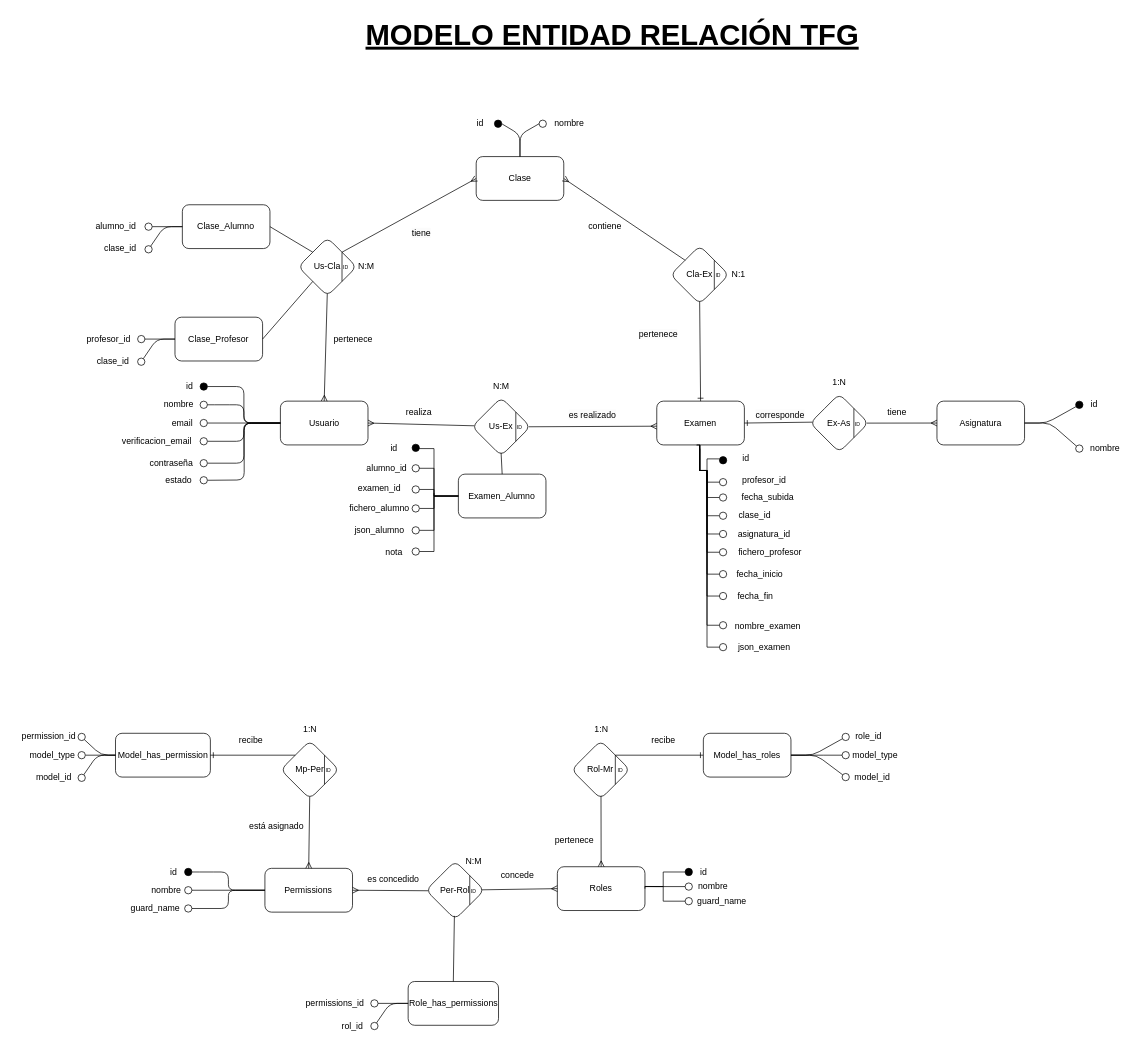
mamr98/TFG_DAW keeps this draw.io diagram as database/modelo_entidad_relacion.drawio. Above is the earlier version. Source tidied: cells renumbered, new cells numbered last; positions are measured from the earlier drawing's top-left corner, leaving out a move shared by most shapes. Both pictures are drawn from the tidied source at 73%, with x=0, y=0 at pixel (12, 12).
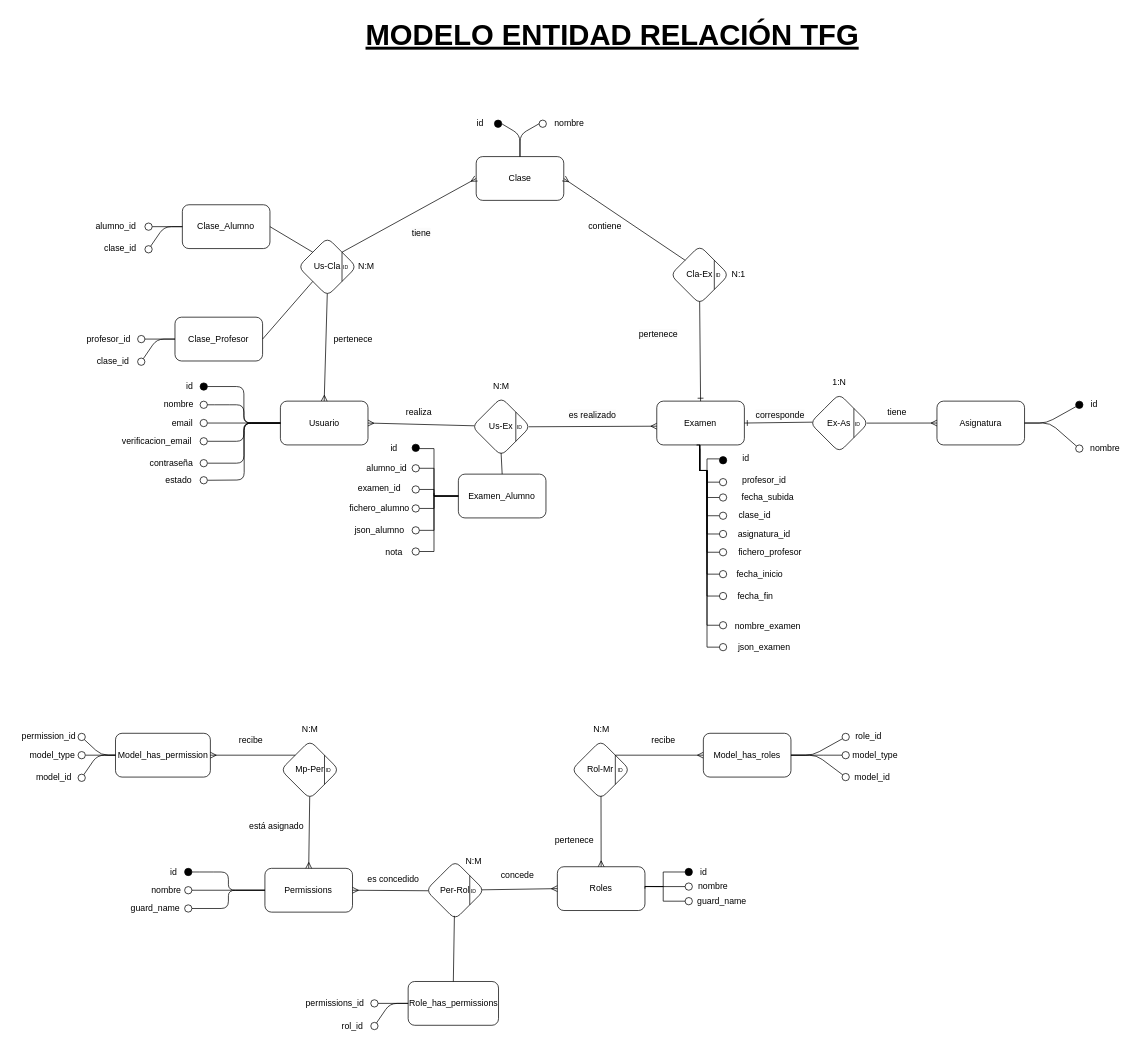
Above is the later version.

Unchanged cells that the change refers to:
```xml
<mxCell id="103" value="Model_has_permission" style="rounded=1;whiteSpace=wrap;html=1;" parent="1" vertex="1">
  <mxGeometry x="141.7" y="987" width="130" height="60" as="geometry" />
</mxCell>
<mxCell id="121" value="&lt;span style=&quot;color: rgb(0, 0, 0);&quot;&gt;Mp-Per&lt;/span&gt;" style="rhombus;whiteSpace=wrap;html=1;rounded=1;" parent="1" vertex="1">
  <mxGeometry x="368" y="997" width="80" height="80" as="geometry" />
</mxCell>
<mxCell id="125" value="Rol-Mr" style="rhombus;whiteSpace=wrap;html=1;rounded=1;" parent="1" vertex="1">
  <mxGeometry x="766.4" y="997" width="80" height="80" as="geometry" />
</mxCell>
<mxCell id="135" value="&lt;span style=&quot;font-weight: normal;&quot;&gt;Model_has_roles&lt;/span&gt;" style="whiteSpace=wrap;html=1;rounded=1;fontStyle=1;" parent="1" vertex="1">
  <mxGeometry x="947" y="987" width="120" height="60" as="geometry" />
</mxCell>
```

Change to the diagram source:
```diff
@@
-    <mxCell id="120" value="1:N" style="text;html=1;align=center;verticalAlign=middle;strokeColor=none;fillColor=none;rotation=0;" parent="1" vertex="1">
-      <mxGeometry x="388" y="967" width="40" height="30" as="geometry" />
+    <mxCell id="120" value="N:M" style="text;html=1;align=center;verticalAlign=middle;strokeColor=none;fillColor=none;rotation=0;" parent="1" vertex="1">
+      <mxGeometry x="383" y="967" width="50" height="30" as="geometry" />
     </mxCell>
@@
-    <mxCell id="124" value="1:N" style="text;html=1;align=center;verticalAlign=middle;strokeColor=none;fillColor=none;rotation=0;" parent="1" vertex="1">
-      <mxGeometry x="787" y="967" width="40" height="30" as="geometry" />
+    <mxCell id="124" value="N:M" style="text;html=1;align=center;verticalAlign=middle;strokeColor=none;fillColor=none;rotation=0;" parent="1" vertex="1">
+      <mxGeometry x="782" y="967" width="50" height="30" as="geometry" />
     </mxCell>
@@
-    <mxCell id="129" style="edgeStyle=none;html=1;entryX=0;entryY=0;entryDx=0;entryDy=0;endArrow=none;endFill=0;exitX=1;exitY=0.5;exitDx=0;exitDy=0;startArrow=ERone;startFill=0;" parent="1" edge="1" source="103" target="121">
+    <mxCell id="129" style="edgeStyle=none;html=1;entryX=0;entryY=0;entryDx=0;entryDy=0;endArrow=none;endFill=0;exitX=1;exitY=0.5;exitDx=0;exitDy=0;startArrow=ERmany;startFill=0;" parent="1" edge="1" source="103" target="121">
       <mxGeometry relative="1" as="geometry" />
     </mxCell>
@@
-    <mxCell id="134" style="edgeStyle=none;html=1;endArrow=ERone;endFill=0;exitX=1;exitY=0;exitDx=0;exitDy=0;entryX=0;entryY=0.5;entryDx=0;entryDy=0;" parent="1" edge="1" source="125" target="135">
+    <mxCell id="134" style="edgeStyle=none;html=1;endArrow=ERmany;endFill=0;exitX=1;exitY=0;exitDx=0;exitDy=0;entryX=0;entryY=0.5;entryDx=0;entryDy=0;" parent="1" edge="1" source="125" target="135">
       <mxGeometry relative="1" as="geometry" />
     </mxCell>
```
